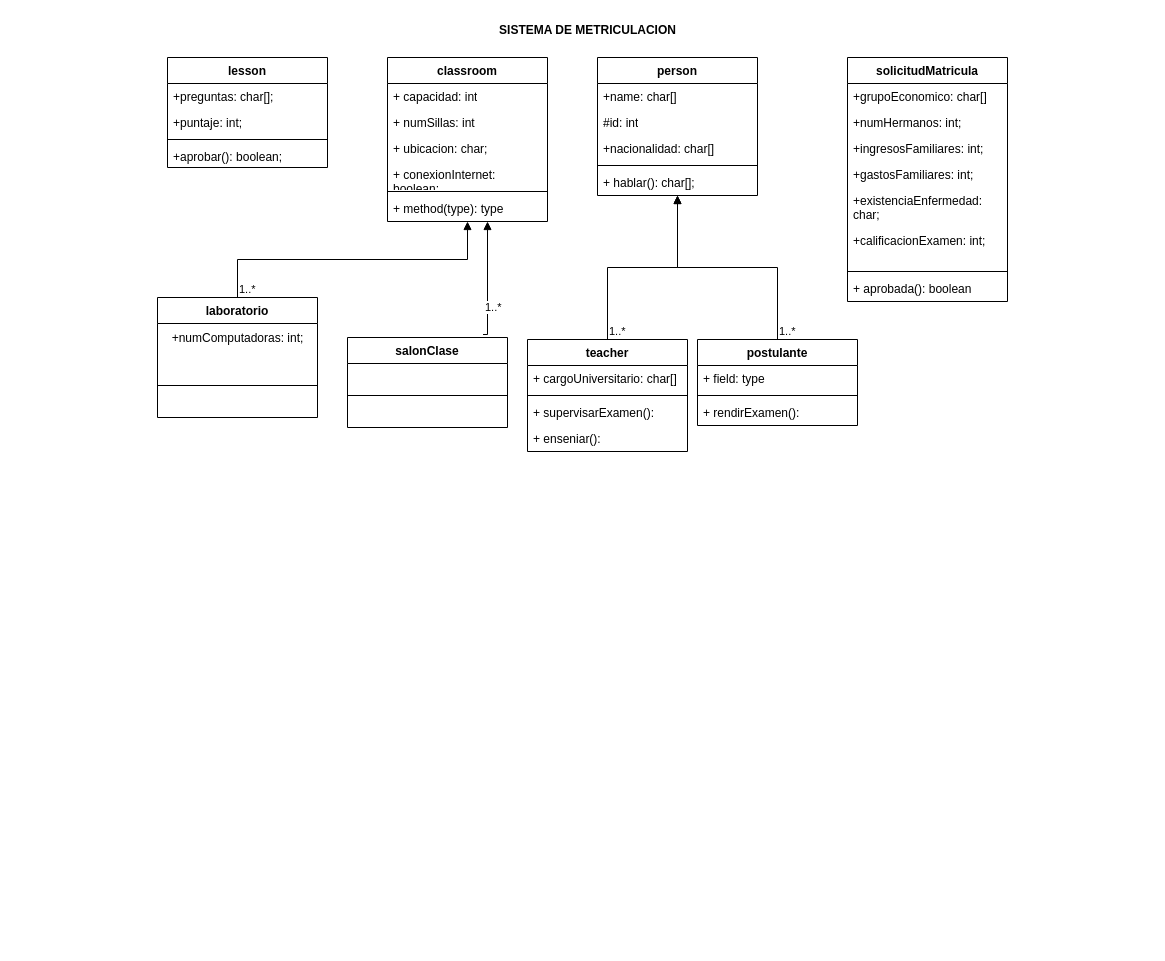
This is Diagrama sin título.drawio from SantiagoTamayo2002/UML, a draw.io file, before an edit. Source tidied: cells renumbered, new cells numbered last; positions are measured from the earlier drawing's top-left corner, leaving out a move shared by most shapes. Both pictures are drawn from the tidied source at 100%, with x=0, y=0 at pixel (157, 17).
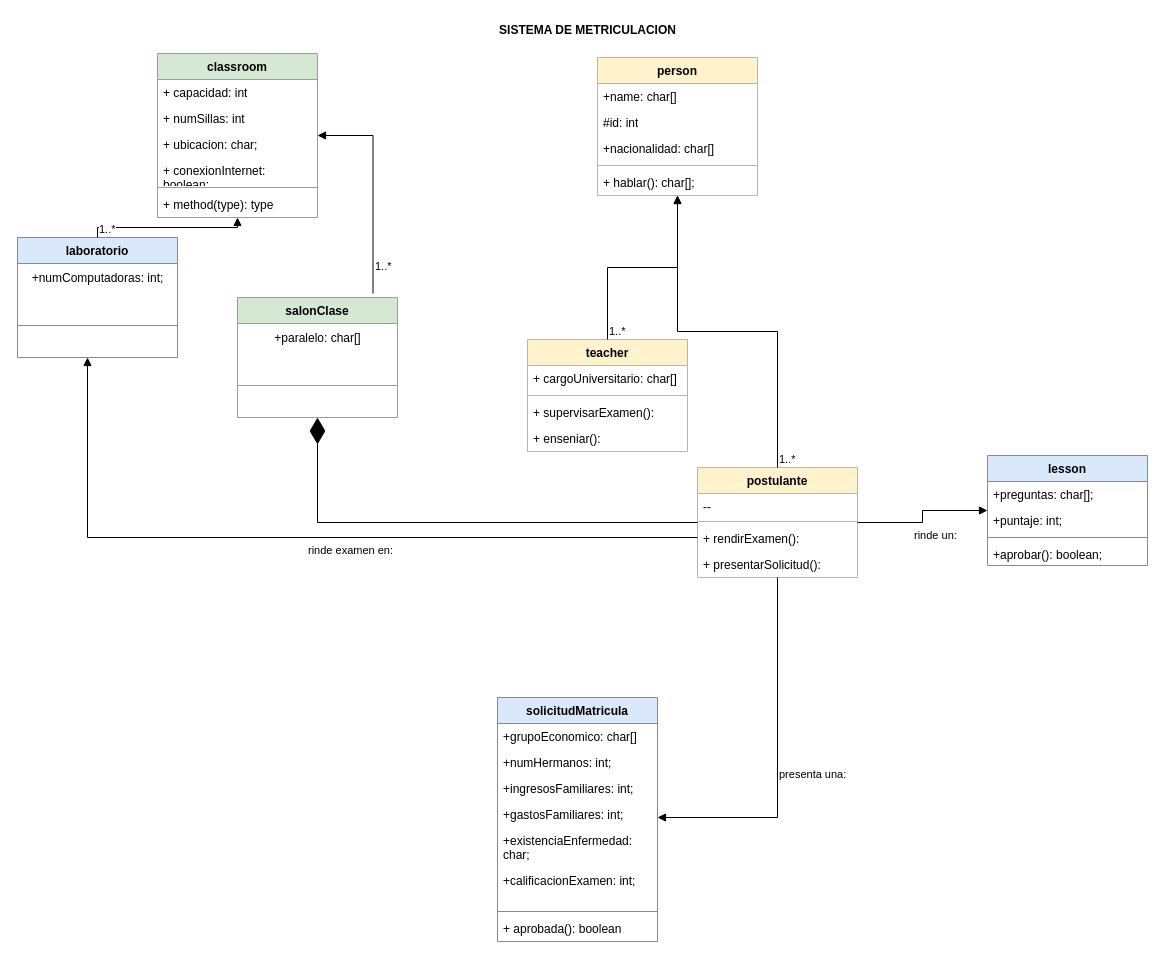
After the change.

What changed in the source:
```diff
@@
-    <mxCell id="2" value="lesson" style="swimlane;fontStyle=1;align=center;verticalAlign=top;horizontal=1;startSize=26;whiteSpace=wrap;html=1;" parent="1" vertex="1">
-      <mxGeometry x="10" y="40" width="160" height="110" as="geometry" />
+    <mxCell id="2" value="lesson" style="swimlane;fontStyle=1;align=center;verticalAlign=top;horizontal=1;startSize=26;whiteSpace=wrap;html=1;fillColor=#dae8fc;strokeColor=#6c8ebf;" parent="1" vertex="1">
+      <mxGeometry x="830" y="438" width="160" height="110" as="geometry" />
     </mxCell>
@@
-    <mxCell id="8" value="person" style="swimlane;fontStyle=1;align=center;verticalAlign=top;horizontal=1;startSize=26;whiteSpace=wrap;html=1;" parent="1" vertex="1">
+    <mxCell id="8" value="person" style="swimlane;fontStyle=1;align=center;verticalAlign=top;horizontal=1;startSize=26;whiteSpace=wrap;html=1;fillColor=#fff2cc;strokeColor=#d6b656;" parent="1" vertex="1">
       <mxGeometry x="440" y="40" width="160" height="138" as="geometry" />
     </mxCell>
@@
-    <mxCell id="14" value="solicitudMatricula" style="swimlane;fontStyle=1;align=center;verticalAlign=top;horizontal=1;startSize=26;whiteSpace=wrap;html=1;" parent="1" vertex="1">
-      <mxGeometry x="690" y="40" width="160" height="244" as="geometry" />
+    <mxCell id="14" value="solicitudMatricula" style="swimlane;fontStyle=1;align=center;verticalAlign=top;horizontal=1;startSize=26;whiteSpace=wrap;html=1;fillColor=#dae8fc;strokeColor=#6c8ebf;" parent="1" vertex="1">
+      <mxGeometry x="340" y="680" width="160" height="244" as="geometry" />
     </mxCell>
@@
-    <mxCell id="23" value="laboratorio" style="swimlane;fontStyle=1;align=center;verticalAlign=top;horizontal=1;startSize=26;whiteSpace=wrap;html=1;" parent="1" vertex="1">
-      <mxGeometry y="280" width="160" height="120" as="geometry" />
+    <mxCell id="23" value="laboratorio" style="swimlane;fontStyle=1;align=center;verticalAlign=top;horizontal=1;startSize=26;whiteSpace=wrap;html=1;fillColor=#dae8fc;strokeColor=#6c8ebf;" parent="1" vertex="1">
+      <mxGeometry x="-140" y="220" width="160" height="120" as="geometry" />
     </mxCell>
@@
-    <mxCell id="28" value="salonClase" style="swimlane;fontStyle=1;align=center;verticalAlign=top;horizontal=1;startSize=26;whiteSpace=wrap;html=1;" parent="1" vertex="1">
-      <mxGeometry x="190" y="320" width="160" height="90" as="geometry" />
+    <mxCell id="28" value="salonClase" style="swimlane;fontStyle=1;align=center;verticalAlign=top;horizontal=1;startSize=26;whiteSpace=wrap;html=1;fillColor=#d5e8d4;strokeColor=#82b366;" parent="1" vertex="1">
+      <mxGeometry x="80" y="280" width="160" height="120" as="geometry" />
     </mxCell>
+    <mxCell id="52" value="+paralelo: char[]" style="text;html=1;align=center;verticalAlign=middle;strokeColor=none;fillColor=none;" parent="28" vertex="1">
+      <mxGeometry y="26" width="160" height="30" as="geometry" />
+    </mxCell>
     <mxCell id="29" style="line;strokeWidth=1;fillColor=none;align=left;verticalAlign=middle;spacingTop=-1;spacingLeft=3;spacingRight=3;labelPosition=right;strokeColor=inherit;" parent="28" vertex="1">
-      <mxGeometry y="26" width="160" height="64" as="geometry" />
+      <mxGeometry y="56" width="160" height="64" as="geometry" />
     </mxCell>
     <mxCell id="30" style="endArrow=block;endFill=1;html=1;edgeStyle=orthogonalEdgeStyle;align=left;verticalAlign=top;rounded=0;exitX=0.847;exitY=-0.033;exitDx=0;exitDy=0;exitPerimeter=0;" parent="1" edge="1" source="28" target="32">
       <mxGeometry x="-1" relative="1" as="geometry">
         <Array as="points">
-          <mxPoint x="330" y="317" />
+          <mxPoint x="216" y="118" />
         </Array>
       </mxGeometry>
     </mxCell>
@@
-    <mxCell id="32" value="classroom" style="swimlane;fontStyle=1;align=center;verticalAlign=top;horizontal=1;startSize=26;whiteSpace=wrap;html=1;" parent="1" vertex="1">
-      <mxGeometry x="230" y="40" width="160" height="164" as="geometry" />
+    <mxCell id="32" value="classroom" style="swimlane;fontStyle=1;align=center;verticalAlign=top;horizontal=1;startSize=26;whiteSpace=wrap;html=1;fillColor=#d5e8d4;strokeColor=#82b366;" parent="1" vertex="1">
+      <mxGeometry y="36" width="160" height="164" as="geometry" />
     </mxCell>
@@
-    <mxCell id="39" value="teacher" style="swimlane;fontStyle=1;align=center;verticalAlign=top;horizontal=1;startSize=26;whiteSpace=wrap;html=1;" parent="1" vertex="1">
+    <mxCell id="39" value="teacher" style="swimlane;fontStyle=1;align=center;verticalAlign=top;horizontal=1;startSize=26;whiteSpace=wrap;html=1;fillColor=#fff2cc;strokeColor=#d6b656;" parent="1" vertex="1">
       <mxGeometry x="370" y="322" width="160" height="112" as="geometry" />
     </mxCell>
@@
-    <mxCell id="46" value="postulante" style="swimlane;fontStyle=1;align=center;verticalAlign=top;horizontal=1;startSize=26;whiteSpace=wrap;html=1;" parent="1" vertex="1">
-      <mxGeometry x="540" y="322" width="160" height="86" as="geometry" />
+    <mxCell id="46" value="postulante" style="swimlane;fontStyle=1;align=center;verticalAlign=top;horizontal=1;startSize=26;whiteSpace=wrap;html=1;fillColor=#fff2cc;strokeColor=#d6b656;" parent="1" vertex="1">
+      <mxGeometry x="540" y="450" width="160" height="110" as="geometry" />
     </mxCell>
-    <mxCell id="47" value="+ field: type" style="text;strokeColor=none;fillColor=none;align=left;verticalAlign=top;spacingLeft=4;spacingRight=4;overflow=hidden;whiteSpace=wrap;html=1;" parent="46" vertex="1">
-      <mxGeometry y="26" width="160" height="26" as="geometry" />
+    <mxCell id="47" value="--" style="text;strokeColor=none;fillColor=none;align=left;verticalAlign=top;spacingLeft=4;spacingRight=4;overflow=hidden;whiteSpace=wrap;html=1;" parent="46" vertex="1">
+      <mxGeometry y="26" width="160" height="24" as="geometry" />
     </mxCell>
     <mxCell id="48" style="line;strokeWidth=1;fillColor=none;align=left;verticalAlign=middle;spacingTop=-1;spacingLeft=3;spacingRight=3;labelPosition=right;strokeColor=inherit;" parent="46" vertex="1">
-      <mxGeometry y="52" width="160" height="8" as="geometry" />
+      <mxGeometry y="50" width="160" height="8" as="geometry" />
     </mxCell>
     <mxCell id="49" value="+ rendirExamen():" style="text;strokeColor=none;fillColor=none;align=left;verticalAlign=top;spacingLeft=4;spacingRight=4;overflow=hidden;whiteSpace=wrap;html=1;" parent="46" vertex="1">
-      <mxGeometry y="60" width="160" height="26" as="geometry" />
+      <mxGeometry y="58" width="160" height="26" as="geometry" />
     </mxCell>
+    <mxCell id="53" value="+ presentarSolicitud():" style="text;strokeColor=none;fillColor=none;align=left;verticalAlign=top;spacingLeft=4;spacingRight=4;overflow=hidden;whiteSpace=wrap;html=1;" parent="46" vertex="1">
+      <mxGeometry y="84" width="160" height="26" as="geometry" />
+    </mxCell>
@@
+    <mxCell id="54" style="endArrow=diamondThin;endFill=1;endSize=24;html=1;rounded=0;" parent="1" edge="1" source="46" target="28">
+      <mxGeometry relative="1" as="geometry">
+        <Array as="points">
+          <mxPoint x="160" y="505" />
+        </Array>
+      </mxGeometry>
+    </mxCell>
+    <mxCell id="55" value="rinde examen en:" style="endArrow=block;endFill=1;html=1;edgeStyle=orthogonalEdgeStyle;align=left;verticalAlign=top;rounded=0;" parent="1" edge="1" source="46" target="23">
+      <mxGeometry x="-0.01" relative="1" as="geometry">
+        <Array as="points">
+          <mxPoint x="-70" y="520" />
+        </Array>
+      </mxGeometry>
+    </mxCell>
+    <mxCell id="56" value="rinde un:" style="endArrow=block;endFill=1;html=1;edgeStyle=orthogonalEdgeStyle;align=left;verticalAlign=top;rounded=0;" parent="1" edge="1" source="46" target="2">
+      <mxGeometry x="-0.23" relative="1" as="geometry" />
+    </mxCell>
+    <mxCell id="57" value="presenta una:" style="endArrow=block;endFill=1;html=1;edgeStyle=orthogonalEdgeStyle;align=left;verticalAlign=top;rounded=0;" parent="1" edge="1" source="46" target="14">
+      <mxGeometry x="0.02" relative="1" as="geometry">
+        <Array as="points">
+          <mxPoint x="620" y="800" />
+        </Array>
+      </mxGeometry>
+    </mxCell>
```
